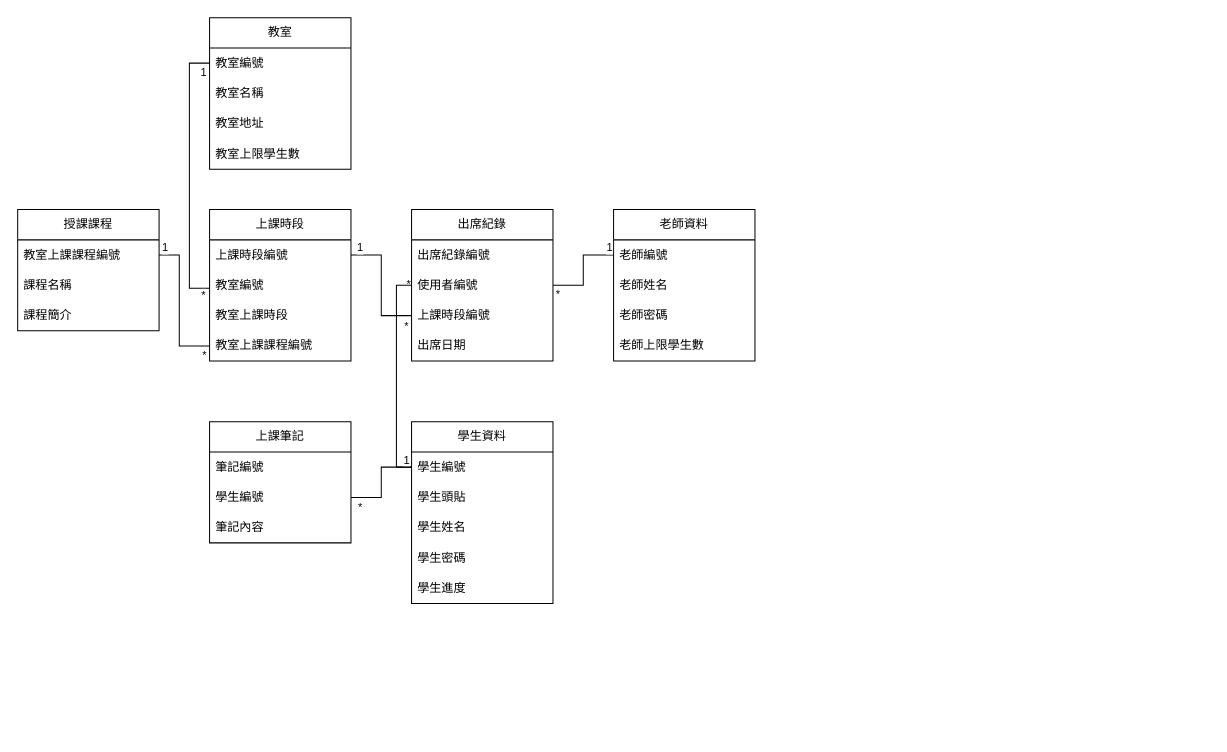
The draw.io diagram page "分析類別圖" (4 of 12) of 各種圖/圖2.drawio in LinYiChen01/NNCS_Dashboard, before the edit. Source tidied: cells renumbered, new cells numbered last; positions are measured from the earlier drawing's top-left corner, leaving out a move shared by most shapes. Both pictures are drawn from the tidied source at 101%, with x=0, y=0 at pixel (17, 17).
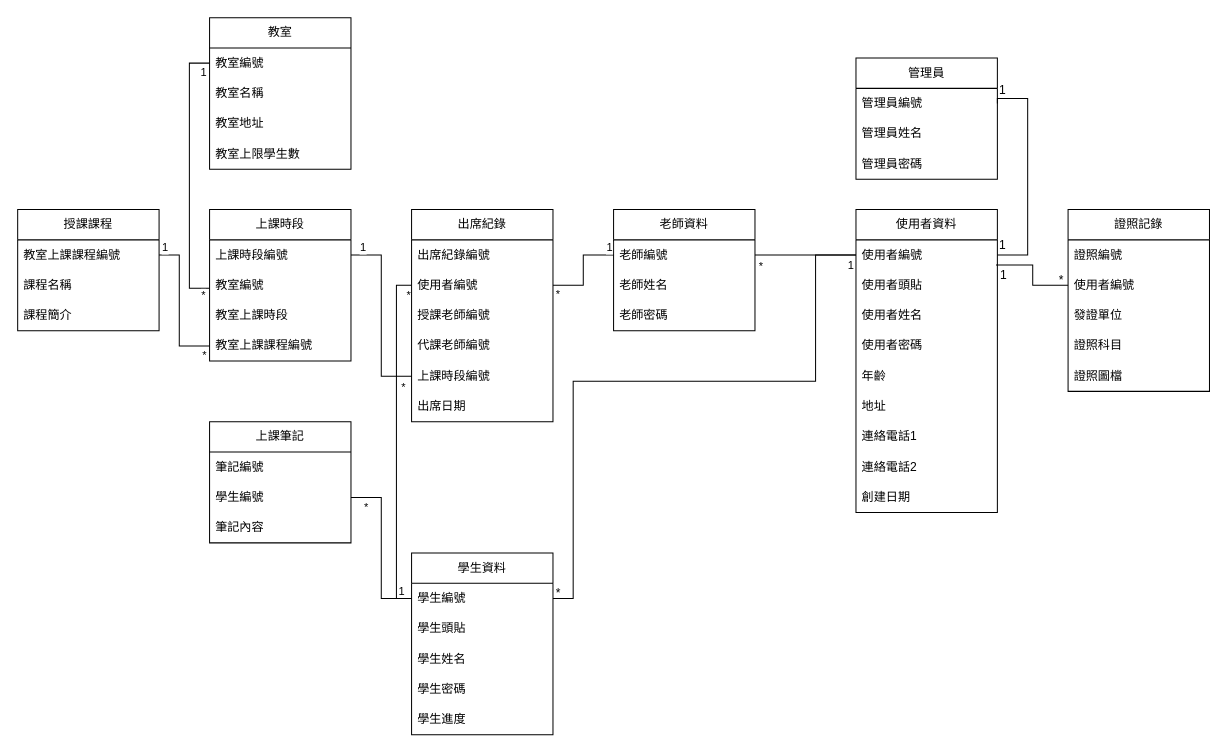
Above is the later version.

Unchanged cells that the change refers to:
```xml
<mxCell id="3" value="學生編號" style="text;strokeColor=none;fillColor=none;align=left;verticalAlign=middle;spacingLeft=4;spacingRight=4;overflow=hidden;points=[[0,0.5],[1,0.5]];portConstraint=eastwest;whiteSpace=wrap;html=1;" parent="2" vertex="1">
  <mxGeometry y="30" width="140" height="30" as="geometry" />
</mxCell>
<mxCell id="9" value="老師編號" style="text;strokeColor=none;fillColor=none;align=left;verticalAlign=middle;spacingLeft=4;spacingRight=4;overflow=hidden;points=[[0,0.5],[1,0.5]];portConstraint=eastwest;whiteSpace=wrap;html=1;" parent="8" vertex="1">
  <mxGeometry y="30" width="140" height="30" as="geometry" />
</mxCell>
<mxCell id="24" value="使用者編號" style="text;strokeColor=none;fillColor=none;align=left;verticalAlign=middle;spacingLeft=4;spacingRight=4;overflow=hidden;points=[[0,0.5],[1,0.5]];portConstraint=eastwest;whiteSpace=wrap;html=1;" parent="22" vertex="1">
  <mxGeometry y="60" width="140" height="30" as="geometry" />
</mxCell>
```

The edit, as a diff of the source:
```diff
@@
     <mxCell id="2" value="學生資料" style="swimlane;fontStyle=0;horizontal=1;startSize=30;whiteSpace=wrap;html=1;" parent="1" vertex="1">
-      <mxGeometry x="390" y="400" width="140" height="180" as="geometry" />
+      <mxGeometry x="390" y="530" width="140" height="180" as="geometry" />
     </mxCell>
@@
     <mxCell id="8" value="老師資料" style="swimlane;fontStyle=0;horizontal=1;startSize=30;whiteSpace=wrap;html=1;" parent="1" vertex="1">
-      <mxGeometry x="590" y="190" width="140" height="150" as="geometry" />
+      <mxGeometry x="590" y="190" width="140" height="120" as="geometry" />
     </mxCell>
@@
-    <mxCell id="12" value="老師上限學生數" style="text;strokeColor=none;fillColor=none;align=left;verticalAlign=middle;spacingLeft=4;spacingRight=4;overflow=hidden;whiteSpace=wrap;html=1;" parent="8" vertex="1">
-      <mxGeometry y="120" width="140" height="30" as="geometry" />
-    </mxCell>
@@
     <mxCell id="22" value="出席紀錄" style="swimlane;fontStyle=0;horizontal=1;startSize=30;whiteSpace=wrap;html=1;" parent="1" vertex="1">
-      <mxGeometry x="390" y="190" width="140" height="150" as="geometry" />
+      <mxGeometry x="390" y="190" width="140" height="210" as="geometry" />
     </mxCell>
@@
+    <mxCell id="53" value="授課老師編號" style="text;strokeColor=none;fillColor=none;align=left;verticalAlign=middle;spacingLeft=4;spacingRight=4;overflow=hidden;whiteSpace=wrap;html=1;" parent="22" vertex="1">
+      <mxGeometry y="90" width="140" height="30" as="geometry" />
+    </mxCell>
+    <mxCell id="54" value="代課老師編號" style="text;strokeColor=none;fillColor=none;align=left;verticalAlign=middle;spacingLeft=4;spacingRight=4;overflow=hidden;whiteSpace=wrap;html=1;" parent="22" vertex="1">
+      <mxGeometry y="120" width="140" height="30" as="geometry" />
+    </mxCell>
     <mxCell id="25" value="上課時段編號" style="text;strokeColor=none;fillColor=none;align=left;verticalAlign=middle;spacingLeft=4;spacingRight=4;overflow=hidden;points=[[0,0.5],[1,0.5]];portConstraint=eastwest;whiteSpace=wrap;html=1;" parent="22" vertex="1">
-      <mxGeometry y="90" width="140" height="30" as="geometry" />
+      <mxGeometry y="150" width="140" height="30" as="geometry" />
     </mxCell>
     <mxCell id="26" value="出席日期" style="text;strokeColor=none;fillColor=none;align=left;verticalAlign=middle;spacingLeft=4;spacingRight=4;overflow=hidden;whiteSpace=wrap;html=1;" parent="22" vertex="1">
-      <mxGeometry y="120" width="140" height="30" as="geometry" />
+      <mxGeometry y="180" width="140" height="30" as="geometry" />
     </mxCell>
@@
     <mxCell id="39" style="edgeStyle=orthogonalEdgeStyle;rounded=0;jettySize=auto;html=1;exitX=0;exitY=0.5;exitDx=0;exitDy=0;entryX=0;entryY=0.5;entryDx=0;entryDy=0;endArrow=none;endFill=0;" parent="1" edge="1" source="3" target="24">
       <mxGeometry relative="1" as="geometry">
         <Array as="points">
-          <mxPoint x="375" y="445" />
+          <mxPoint x="375" y="575" />
           <mxPoint x="375" y="265" />
         </Array>
       </mxGeometry>
     </mxCell>
@@
+    <mxCell id="55" value="管理員" style="swimlane;fontStyle=0;horizontal=1;startSize=30;whiteSpace=wrap;html=1;" parent="1" vertex="1">
+      <mxGeometry x="830" y="40" width="140" height="120" as="geometry" />
+    </mxCell>
+    <mxCell id="56" value="管理員編號" style="text;strokeColor=none;fillColor=none;align=left;verticalAlign=middle;spacingLeft=4;spacingRight=4;overflow=hidden;points=[[0,0.5],[1,0.5]];portConstraint=eastwest;whiteSpace=wrap;html=1;" parent="55" vertex="1">
+      <mxGeometry y="30" width="140" height="30" as="geometry" />
+    </mxCell>
+    <mxCell id="57" value="管理員姓名" style="text;strokeColor=none;fillColor=none;align=left;verticalAlign=middle;spacingLeft=4;spacingRight=4;overflow=hidden;whiteSpace=wrap;html=1;" parent="55" vertex="1">
+      <mxGeometry y="60" width="140" height="30" as="geometry" />
+    </mxCell>
+    <mxCell id="58" value="管理員密碼" style="text;strokeColor=none;fillColor=none;align=left;verticalAlign=middle;spacingLeft=4;spacingRight=4;overflow=hidden;whiteSpace=wrap;html=1;" parent="55" vertex="1">
+      <mxGeometry y="90" width="140" height="30" as="geometry" />
+    </mxCell>
+    <mxCell id="59" value="使用者資料" style="swimlane;fontStyle=0;horizontal=1;startSize=30;whiteSpace=wrap;html=1;" parent="1" vertex="1">
+      <mxGeometry x="830" y="190" width="140" height="300" as="geometry" />
+    </mxCell>
+    <mxCell id="60" value="使用者編號" style="text;strokeColor=none;fillColor=none;align=left;verticalAlign=middle;spacingLeft=4;spacingRight=4;overflow=hidden;points=[[0,0.5],[1,0.5]];portConstraint=eastwest;whiteSpace=wrap;html=1;" parent="59" vertex="1">
+      <mxGeometry y="30" width="140" height="30" as="geometry" />
+    </mxCell>
+    <mxCell id="61" value="使用者頭貼" style="text;strokeColor=none;fillColor=none;align=left;verticalAlign=middle;spacingLeft=4;spacingRight=4;overflow=hidden;whiteSpace=wrap;html=1;" parent="59" vertex="1">
+      <mxGeometry y="60" width="140" height="30" as="geometry" />
+    </mxCell>
+    <mxCell id="62" value="使用者姓名" style="text;strokeColor=none;fillColor=none;align=left;verticalAlign=middle;spacingLeft=4;spacingRight=4;overflow=hidden;whiteSpace=wrap;html=1;" parent="59" vertex="1">
+      <mxGeometry y="90" width="140" height="30" as="geometry" />
+    </mxCell>
+    <mxCell id="63" value="使用者密碼" style="text;strokeColor=none;fillColor=none;align=left;verticalAlign=middle;spacingLeft=4;spacingRight=4;overflow=hidden;whiteSpace=wrap;html=1;" parent="59" vertex="1">
+      <mxGeometry y="120" width="140" height="30" as="geometry" />
+    </mxCell>
+    <mxCell id="64" value="年齡" style="text;strokeColor=none;fillColor=none;align=left;verticalAlign=middle;spacingLeft=4;spacingRight=4;overflow=hidden;whiteSpace=wrap;html=1;" parent="59" vertex="1">
+      <mxGeometry y="150" width="140" height="30" as="geometry" />
+    </mxCell>
+    <mxCell id="65" value="地址" style="text;strokeColor=none;fillColor=none;align=left;verticalAlign=middle;spacingLeft=4;spacingRight=4;overflow=hidden;whiteSpace=wrap;html=1;" parent="59" vertex="1">
+      <mxGeometry y="180" width="140" height="30" as="geometry" />
+    </mxCell>
+    <mxCell id="66" value="連絡電話1" style="text;strokeColor=none;fillColor=none;align=left;verticalAlign=middle;spacingLeft=4;spacingRight=4;overflow=hidden;whiteSpace=wrap;html=1;" parent="59" vertex="1">
+      <mxGeometry y="210" width="140" height="30" as="geometry" />
+    </mxCell>
+    <mxCell id="67" value="連絡電話2" style="text;strokeColor=none;fillColor=none;align=left;verticalAlign=middle;spacingLeft=4;spacingRight=4;overflow=hidden;whiteSpace=wrap;html=1;" parent="59" vertex="1">
+      <mxGeometry y="240" width="140" height="30" as="geometry" />
+    </mxCell>
+    <mxCell id="68" value="創建日期" style="text;strokeColor=none;fillColor=none;align=left;verticalAlign=middle;spacingLeft=4;spacingRight=4;overflow=hidden;whiteSpace=wrap;html=1;" parent="59" vertex="1">
+      <mxGeometry y="270" width="140" height="30" as="geometry" />
+    </mxCell>
+    <mxCell id="69" style="edgeStyle=orthogonalEdgeStyle;rounded=0;jettySize=auto;html=1;entryX=0;entryY=0.5;entryDx=0;entryDy=0;endArrow=none;endFill=0;" parent="1" edge="1" source="9" target="60">
+      <mxGeometry relative="1" as="geometry" />
+    </mxCell>
+    <mxCell id="70" value="*" style="edgeLabel;html=1;align=center;verticalAlign=middle;" parent="1" vertex="1">
+      <mxGeometry x="736" y="211" as="geometry">
+        <mxPoint x="-1" y="34" as="offset" />
+      </mxGeometry>
+    </mxCell>
+    <mxCell id="71" value="1" style="edgeLabel;html=1;align=center;verticalAlign=middle;" parent="1" vertex="1">
+      <mxGeometry x="825" y="210" as="geometry">
+        <mxPoint x="-1" y="34" as="offset" />
+      </mxGeometry>
+    </mxCell>
+    <mxCell id="72" style="edgeStyle=orthogonalEdgeStyle;rounded=0;jettySize=auto;html=1;exitX=1;exitY=0.5;exitDx=0;exitDy=0;entryX=1;entryY=0.5;entryDx=0;entryDy=0;endArrow=none;endFill=0;" parent="1" edge="1" source="56" target="60">
+      <mxGeometry relative="1" as="geometry">
+        <Array as="points">
+          <mxPoint x="970" y="80" />
+          <mxPoint x="1000" y="80" />
+          <mxPoint x="1000" y="235" />
+        </Array>
+      </mxGeometry>
+    </mxCell>
+    <mxCell id="73" value="證照記錄" style="swimlane;fontStyle=0;horizontal=1;startSize=30;whiteSpace=wrap;html=1;" parent="1" vertex="1">
+      <mxGeometry x="1040" y="190" width="140" height="180" as="geometry" />
+    </mxCell>
+    <mxCell id="74" value="證照編號" style="text;strokeColor=none;fillColor=none;align=left;verticalAlign=middle;spacingLeft=4;spacingRight=4;overflow=hidden;whiteSpace=wrap;html=1;" parent="73" vertex="1">
+      <mxGeometry y="30" width="140" height="30" as="geometry" />
+    </mxCell>
+    <mxCell id="75" value="使用者編號" style="text;strokeColor=none;fillColor=none;align=left;verticalAlign=middle;spacingLeft=4;spacingRight=4;overflow=hidden;points=[[0,0.5],[1,0.5]];portConstraint=eastwest;whiteSpace=wrap;html=1;" parent="73" vertex="1">
+      <mxGeometry y="60" width="140" height="30" as="geometry" />
+    </mxCell>
+    <mxCell id="76" value="發證單位" style="text;strokeColor=none;fillColor=none;align=left;verticalAlign=middle;spacingLeft=4;spacingRight=4;overflow=hidden;whiteSpace=wrap;html=1;" parent="73" vertex="1">
+      <mxGeometry y="90" width="140" height="30" as="geometry" />
+    </mxCell>
+    <mxCell id="77" value="證照科目" style="text;strokeColor=none;fillColor=none;align=left;verticalAlign=middle;spacingLeft=4;spacingRight=4;overflow=hidden;whiteSpace=wrap;html=1;" parent="73" vertex="1">
+      <mxGeometry y="120" width="140" height="30" as="geometry" />
+    </mxCell>
+    <mxCell id="78" value="證照圖檔" style="text;strokeColor=none;fillColor=none;align=left;verticalAlign=middle;spacingLeft=4;spacingRight=4;overflow=hidden;whiteSpace=wrap;html=1;" parent="73" vertex="1">
+      <mxGeometry y="150" width="140" height="30" as="geometry" />
+    </mxCell>
+    <mxCell id="79" style="edgeStyle=orthogonalEdgeStyle;rounded=0;jettySize=auto;html=1;entryX=0;entryY=0.5;entryDx=0;entryDy=0;endArrow=none;endFill=0;" parent="1" edge="1" source="3" target="60">
+      <mxGeometry relative="1" as="geometry">
+        <Array as="points">
+          <mxPoint x="550" y="575" />
+          <mxPoint x="550" y="360" />
+          <mxPoint x="790" y="360" />
+          <mxPoint x="790" y="235" />
+        </Array>
+      </mxGeometry>
+    </mxCell>
+    <mxCell id="80" value="*" style="text;html=1;align=center;verticalAlign=middle;strokeColor=none;fillColor=none;" parent="1" vertex="1">
+      <mxGeometry x="520" y="555" width="30" height="30" as="geometry" />
+    </mxCell>
+    <mxCell id="81" value="1" style="text;html=1;align=center;verticalAlign=middle;strokeColor=none;fillColor=none;" parent="1" vertex="1">
+      <mxGeometry x="960" y="57" width="30" height="30" as="geometry" />
+    </mxCell>
+    <mxCell id="82" value="1" style="text;html=1;align=center;verticalAlign=middle;strokeColor=none;fillColor=none;" parent="1" vertex="1">
+      <mxGeometry x="960" y="211" width="30" height="30" as="geometry" />
+    </mxCell>
+    <mxCell id="83" value="1" style="text;html=1;align=center;verticalAlign=middle;strokeColor=none;fillColor=none;" parent="1" vertex="1">
+      <mxGeometry x="961" y="240" width="30" height="30" as="geometry" />
+    </mxCell>
+    <mxCell id="84" value="*" style="text;html=1;align=center;verticalAlign=middle;strokeColor=none;fillColor=none;" parent="1" vertex="1">
+      <mxGeometry x="1018" y="245" width="30" height="30" as="geometry" />
+    </mxCell>
+    <mxCell id="85" style="edgeStyle=orthogonalEdgeStyle;rounded=0;jettySize=auto;html=1;entryX=0.99;entryY=0.831;entryDx=0;entryDy=0;entryPerimeter=0;endArrow=none;endFill=0;" parent="1" edge="1" source="75" target="60">
+      <mxGeometry relative="1" as="geometry" />
+    </mxCell>
```
